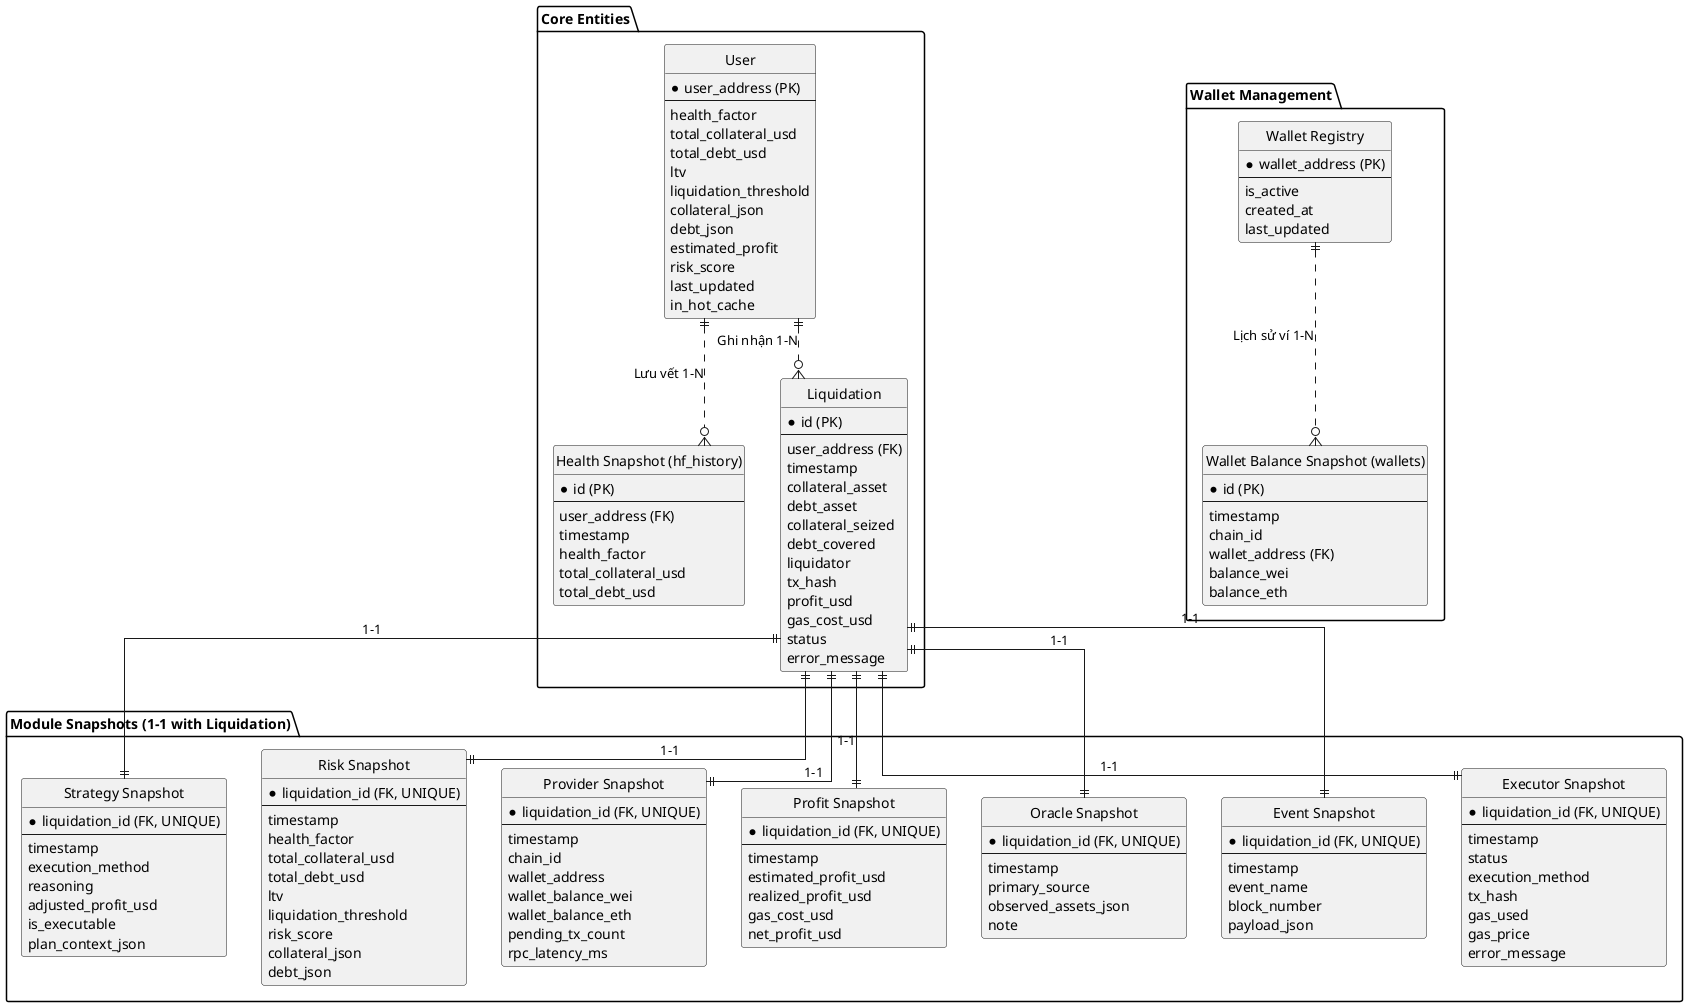
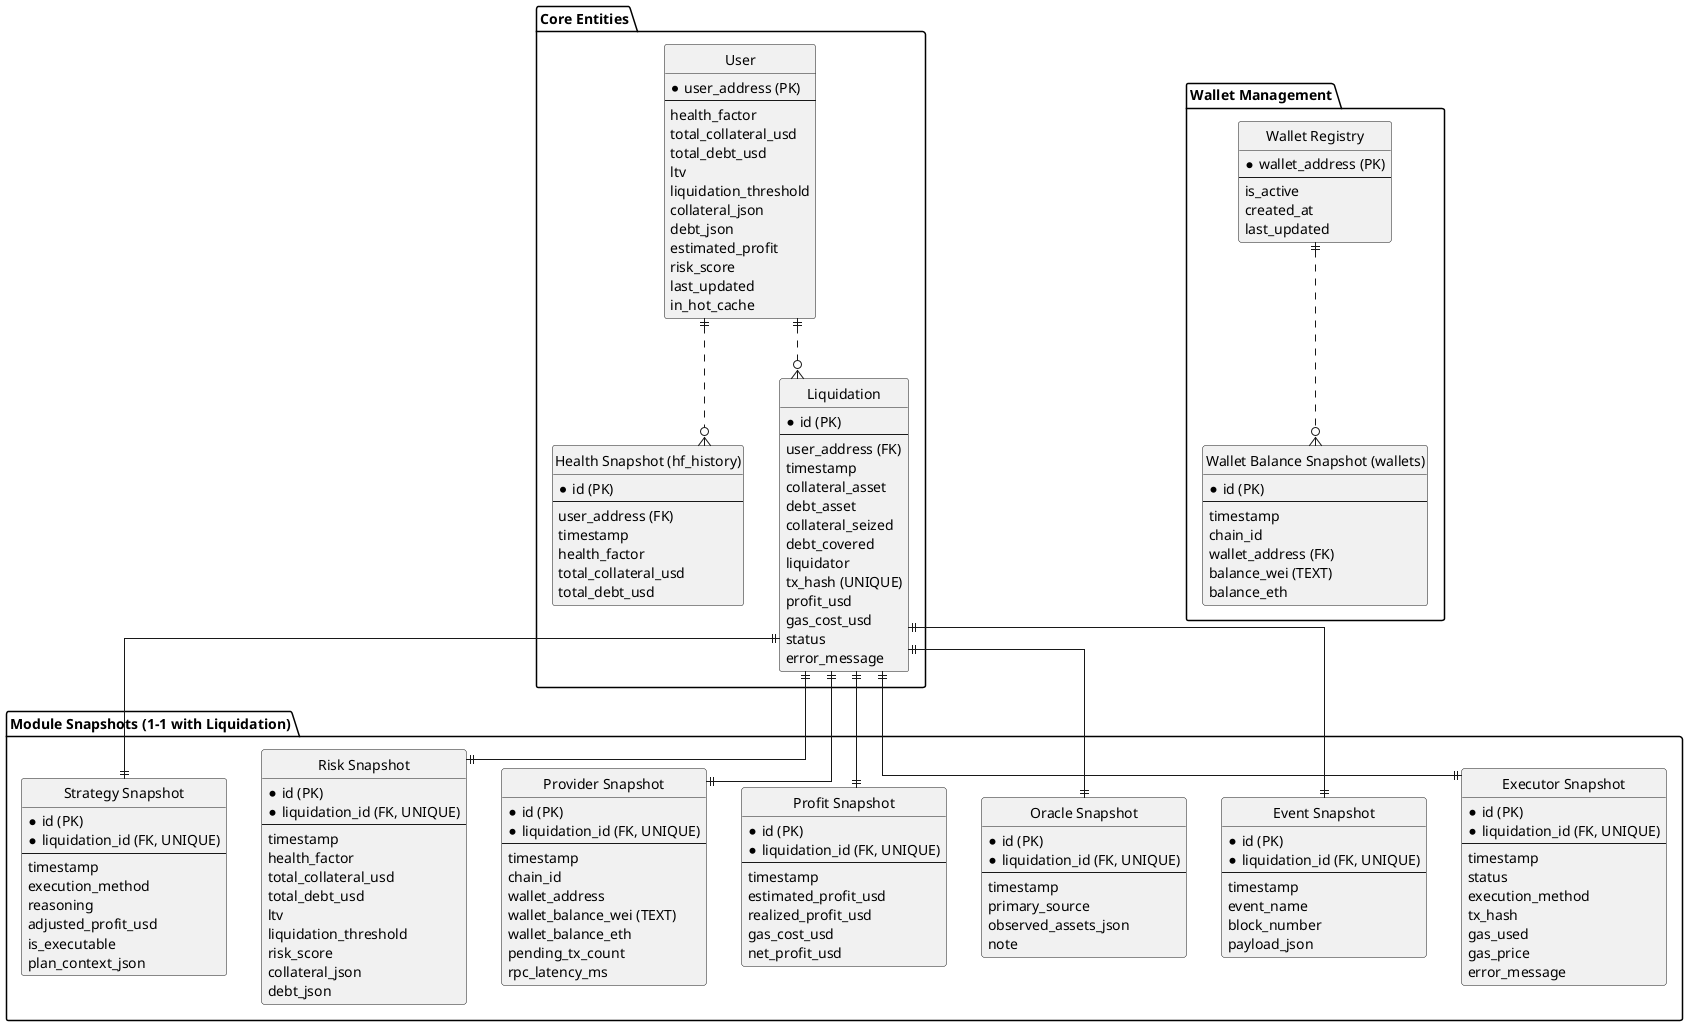
@startuml erd_diagram
hide circle
skinparam linetype ortho
skinparam backgroundColor #FFFFFF
skinparam entity {
    BackgroundColor #E8F8F5
    BorderColor #2C3E50
    ArrowColor #2C3E50
    FontName Arial
}

package "Core Entities" {
    entity "User" as user {
        * user_address (PK)
        --
        health_factor
        total_collateral_usd
        total_debt_usd
        ltv
        liquidation_threshold
        collateral_json
        debt_json
        estimated_profit
        risk_score
        last_updated
        in_hot_cache
    }

    entity "Health Snapshot (hf_history)" as snapshot {
        * id (PK)
        --
        user_address (FK)
        timestamp
        health_factor
        total_collateral_usd
        total_debt_usd
    }

    entity "Liquidation" as liquidation {
        * id (PK)
        --
        user_address (FK)
        timestamp
        collateral_asset
        debt_asset
        collateral_seized
        debt_covered
        liquidator
-         tx_hash
+         tx_hash (UNIQUE)
        profit_usd
        gas_cost_usd
        status
        error_message
    }
}

package "Module Snapshots (1-1 with Liquidation)" {
    entity "Executor Snapshot" as exec_snap {
+         * id (PK)
        * liquidation_id (FK, UNIQUE)
        --
        timestamp
        status
        execution_method
        tx_hash
        gas_used
        gas_price
        error_message
    }

    entity "Event Snapshot" as event_snap {
+         * id (PK)
        * liquidation_id (FK, UNIQUE)
        --
        timestamp
        event_name
        block_number
        payload_json
    }

    entity "Oracle Snapshot" as oracle_snap {
+         * id (PK)
        * liquidation_id (FK, UNIQUE)
        --
        timestamp
        primary_source
        observed_assets_json
        note
    }

    entity "Profit Snapshot" as profit_snap {
+         * id (PK)
        * liquidation_id (FK, UNIQUE)
        --
        timestamp
        estimated_profit_usd
        realized_profit_usd
        gas_cost_usd
        net_profit_usd
    }

    entity "Provider Snapshot" as provider_snap {
+         * id (PK)
        * liquidation_id (FK, UNIQUE)
        --
        timestamp
        chain_id
        wallet_address
-         wallet_balance_wei
+         wallet_balance_wei (TEXT)
        wallet_balance_eth
        pending_tx_count
        rpc_latency_ms
    }

    entity "Risk Snapshot" as risk_snap {
+         * id (PK)
        * liquidation_id (FK, UNIQUE)
        --
        timestamp
        health_factor
        total_collateral_usd
        total_debt_usd
        ltv
        liquidation_threshold
        risk_score
        collateral_json
        debt_json
    }

    entity "Strategy Snapshot" as strat_snap {
+         * id (PK)
        * liquidation_id (FK, UNIQUE)
        --
        timestamp
        execution_method
        reasoning
        adjusted_profit_usd
        is_executable
        plan_context_json
    }
}

package "Wallet Management" {
    entity "Wallet Registry" as wallet_registry {
        * wallet_address (PK)
        --
        is_active
        created_at
        last_updated
    }

    entity "Wallet Balance Snapshot (wallets)" as wallet_snapshot {
        * id (PK)
        --
        timestamp
        chain_id
        wallet_address (FK)
-         balance_wei
+         balance_wei (TEXT)
        balance_eth
    }
}

' Core relationships
- user ||..o{ snapshot : "Lưu vết 1-N"
- user ||..o{ liquidation : "Ghi nhận 1-N"
+ user ||..o{ snapshot
+ user ||..o{ liquidation

' Snapshot relationships (1-1 with cascade config)
- liquidation ||--|| exec_snap : "1-1"
- liquidation ||--|| event_snap : "1-1"
- liquidation ||--|| oracle_snap : "1-1"
- liquidation ||--|| profit_snap : "1-1"
- liquidation ||--|| provider_snap : "1-1"
- liquidation ||--|| risk_snap : "1-1"
- liquidation ||--|| strat_snap : "1-1"
+ liquidation ||--|| exec_snap
+ liquidation ||--|| event_snap
+ liquidation ||--|| oracle_snap
+ liquidation ||--|| profit_snap
+ liquidation ||--|| provider_snap
+ liquidation ||--|| risk_snap
+ liquidation ||--|| strat_snap

' Wallet relationships
- wallet_registry ||..o{ wallet_snapshot : "Lịch sử ví 1-N"
+ wallet_registry ||..o{ wallet_snapshot
@enduml